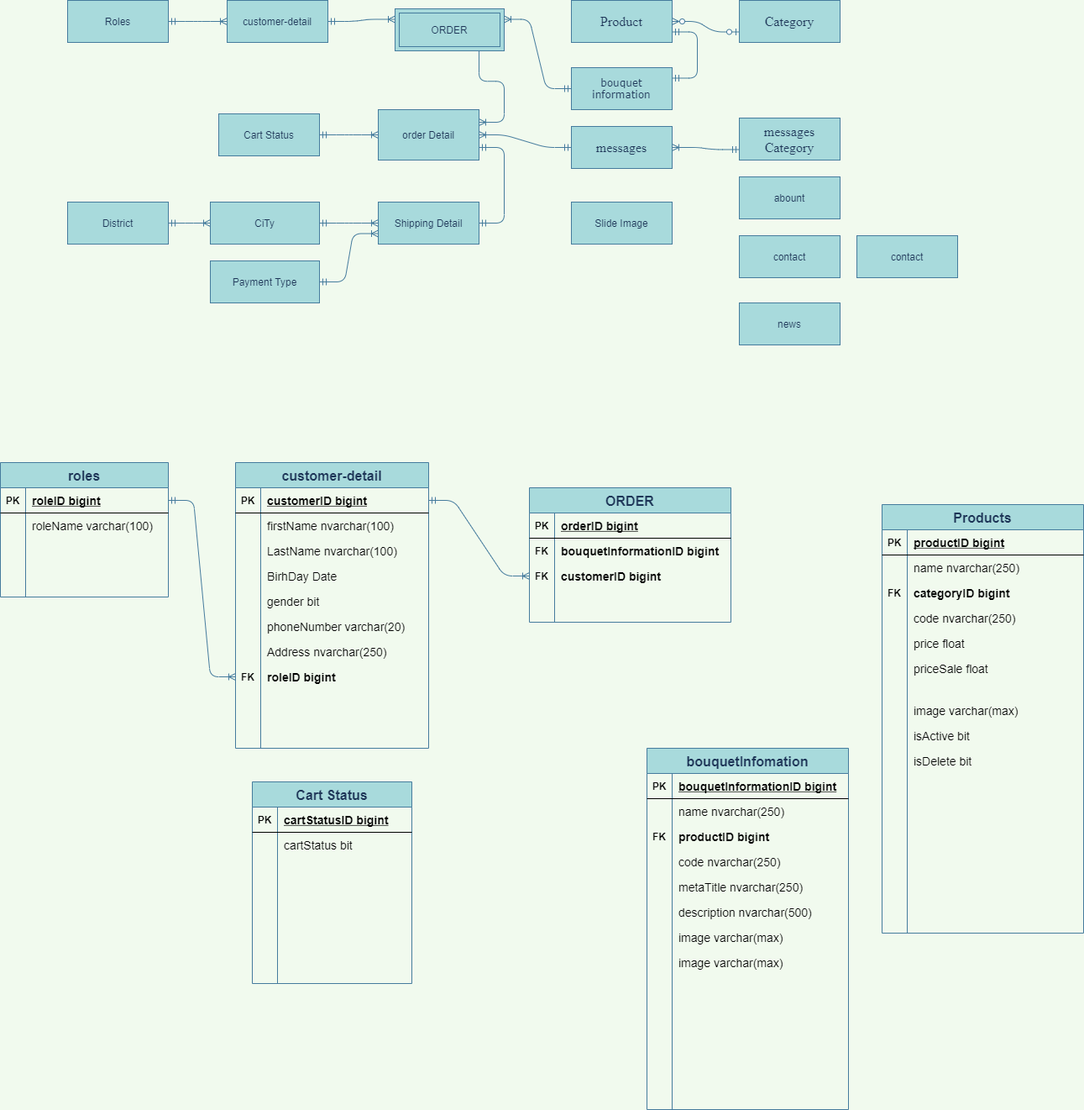
Above: Untitled Diagram.png in maialino123/Eproject-SEM3 (draw.io), before the change. Source tidied: cells renumbered, new cells last; positions are measured from the earlier drawing's top-left corner, leaving out a move shared by most shapes.
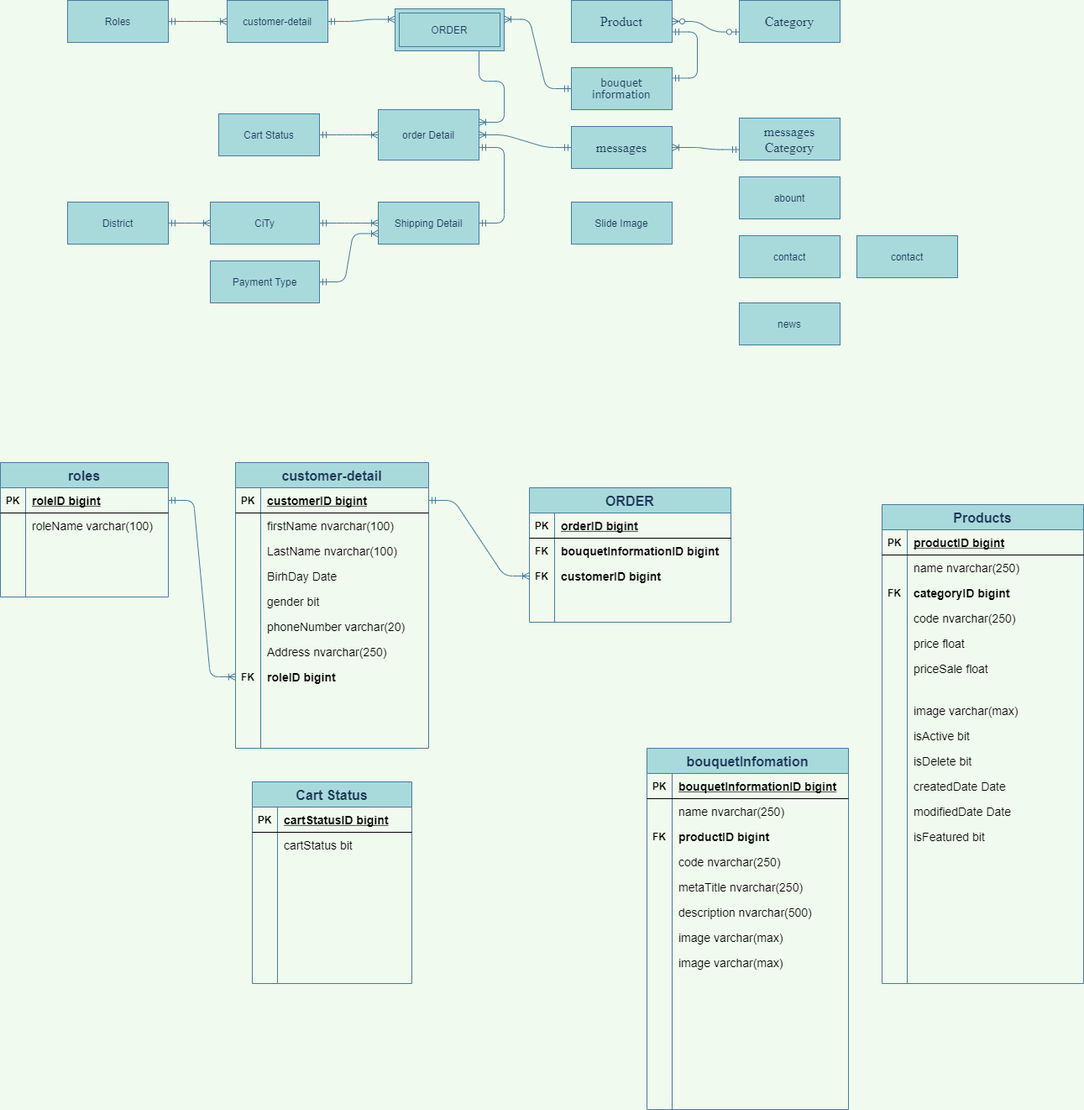
Above is the later version.

The edit, as a diff of the source:
```diff
@@ -324,7 +324,7 @@
       <mxGeometry relative="1" as="geometry" />
     </mxCell>
     <mxCell id="109" value="Products" style="shape=table;startSize=30;rowLines=0;fontStyle=1;align=center;rounded=0;sketch=0;fontSize=16;fontColor=#1D3557;strokeColor=#457B9D;fillColor=#A8DADC;" parent="1" vertex="1">
-      <mxGeometry x="1050" y="600" width="240" height="510" as="geometry" />
+      <mxGeometry x="1050" y="600" width="240" height="570" as="geometry" />
     </mxCell>
     <mxCell id="110" style="shape=partialRectangle;fillColor=none;top=0;left=0;bottom=1;right=0;" parent="109" vertex="1">
       <mxGeometry y="30" width="240" height="30" as="geometry" />
@@ -422,9 +422,27 @@
     <mxCell id="141" style="shape=partialRectangle;fillColor=none;top=0;left=0;bottom=0;right=0;overflow=hidden;" parent="140" vertex="1">
       <mxGeometry width="30" height="30" as="geometry" />
     </mxCell>
-    <mxCell id="142" style="shape=partialRectangle;fillColor=none;top=0;left=0;bottom=0;right=0;align=left;spacingLeft=6;overflow=hidden;fontSize=14;" parent="140" vertex="1">
+    <mxCell id="142" value="createdDate Date" style="shape=partialRectangle;fillColor=none;top=0;left=0;bottom=0;right=0;align=left;spacingLeft=6;overflow=hidden;fontSize=14;" parent="140" vertex="1">
       <mxGeometry x="30" width="210" height="30" as="geometry" />
     </mxCell>
+    <mxCell id="168" style="shape=partialRectangle;fillColor=none;top=0;left=0;bottom=0;right=0;" parent="109" vertex="1">
+      <mxGeometry y="350" width="240" height="30" as="geometry" />
+    </mxCell>
+    <mxCell id="169" style="shape=partialRectangle;fillColor=none;top=0;left=0;bottom=0;right=0;overflow=hidden;" parent="168" vertex="1">
+      <mxGeometry width="30" height="30" as="geometry" />
+    </mxCell>
+    <mxCell id="170" value="modifiedDate Date" style="shape=partialRectangle;fillColor=none;top=0;left=0;bottom=0;right=0;align=left;spacingLeft=6;overflow=hidden;fontSize=14;" parent="168" vertex="1">
+      <mxGeometry x="30" width="210" height="30" as="geometry" />
+    </mxCell>
+    <mxCell id="171" style="shape=partialRectangle;fillColor=none;top=0;left=0;bottom=0;right=0;" parent="109" vertex="1">
+      <mxGeometry y="380" width="240" height="30" as="geometry" />
+    </mxCell>
+    <mxCell id="172" style="shape=partialRectangle;fillColor=none;top=0;left=0;bottom=0;right=0;overflow=hidden;" parent="171" vertex="1">
+      <mxGeometry width="30" height="30" as="geometry" />
+    </mxCell>
+    <mxCell id="173" value="isFeatured bit" style="shape=partialRectangle;fillColor=none;top=0;left=0;bottom=0;right=0;align=left;spacingLeft=6;overflow=hidden;fontSize=14;" parent="171" vertex="1">
+      <mxGeometry x="30" width="210" height="30" as="geometry" />
+    </mxCell>
     <mxCell id="143" value="bouquetInfomation" style="shape=table;startSize=30;rowLines=0;fontStyle=1;align=center;rounded=0;sketch=0;fontSize=16;fontColor=#1D3557;strokeColor=#457B9D;fillColor=#A8DADC;" parent="1" vertex="1">
       <mxGeometry x="770" y="890" width="240" height="430" as="geometry" />
     </mxCell>
```
